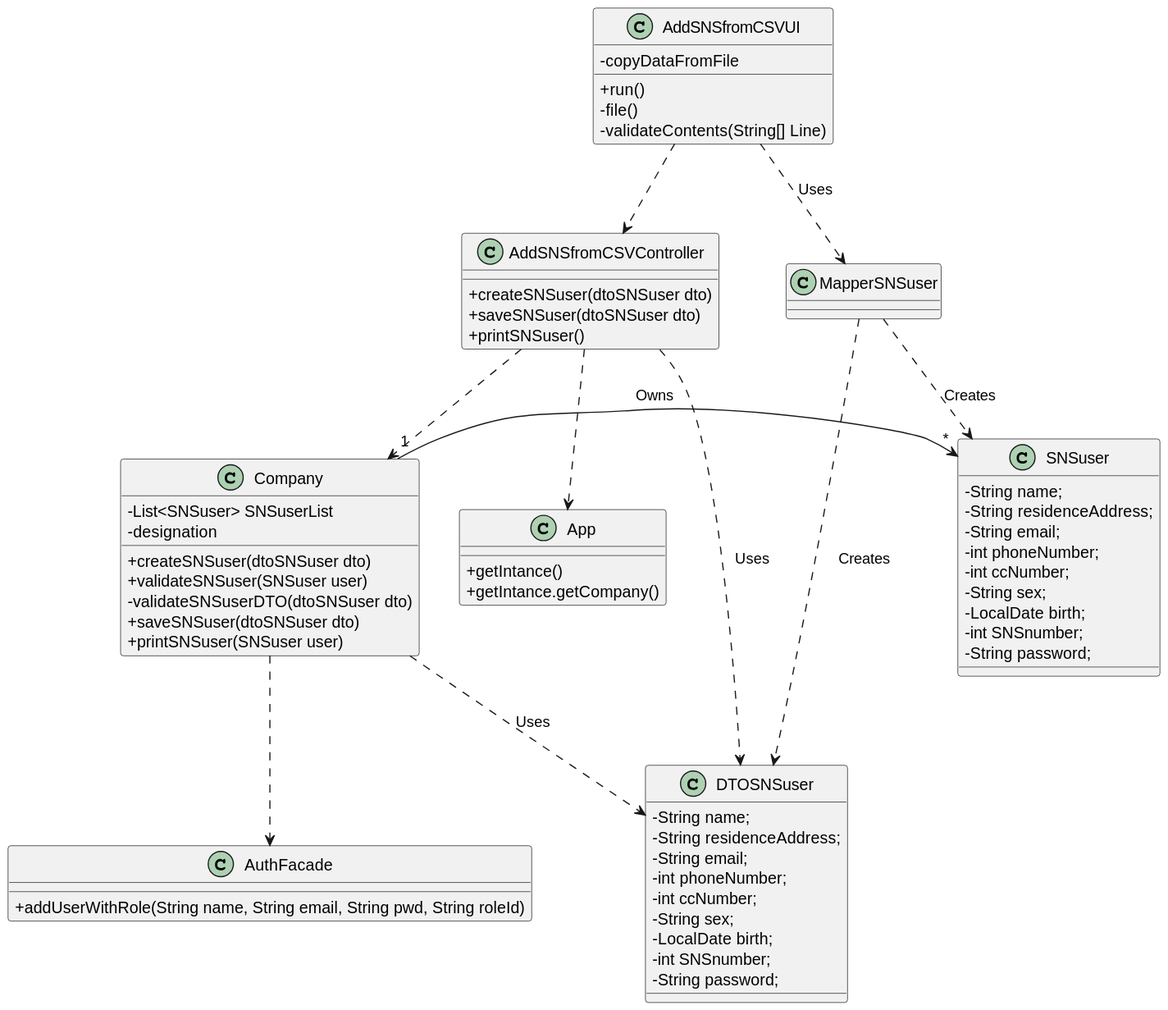
Before: docs/SprintC/US014/US014_CD.svg, a diagram exported from PlantUML (osnilas/SNSsystem).
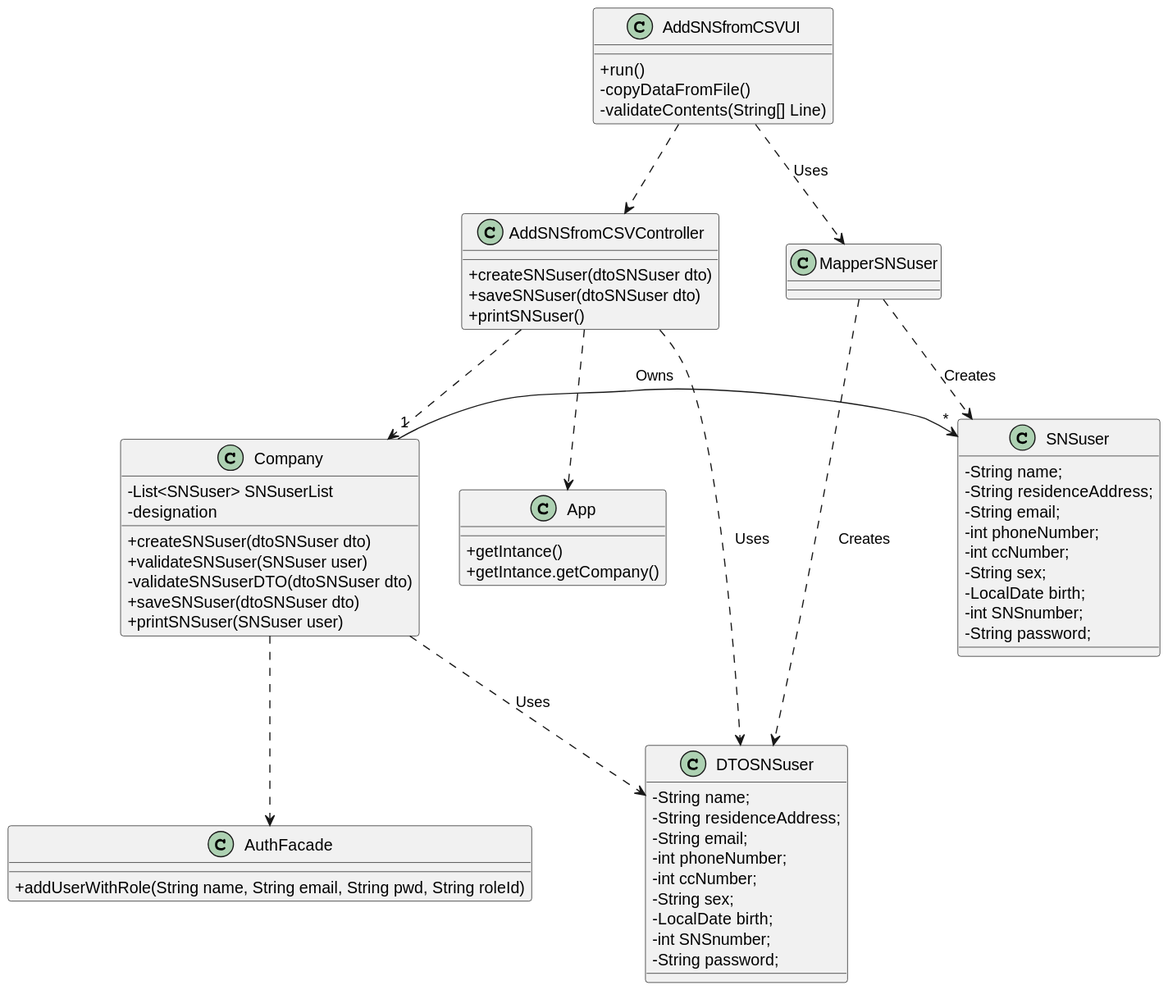
The same diagram one commit later.

Change to the diagram source:
```diff
@@ -33,8 +33,7 @@
 
 Class AddSNSfromCSVUI{
 +run()
--file()
--copyDataFromFile
+-copyDataFromFile()
 -validateContents(String[] Line)
 }
 Class AddSNSfromCSVController{
```
